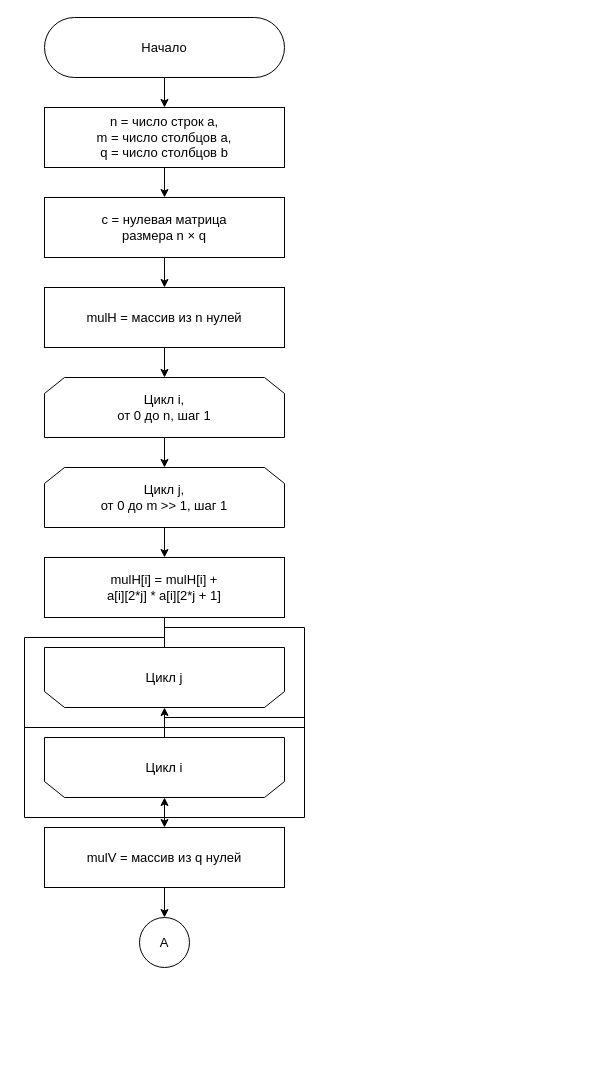
This is page "winograd-shift-1" (4 of 9) of lab-02/report/algo.drawio from swilldi/bmstu-sem5-algorithm-analysis, a draw.io file, before an edit. Source tidied: cells renumbered, new cells numbered last; positions are measured from the earlier drawing's top-left corner, leaving out a move shared by most shapes. Both pictures are drawn from the tidied source at 100%, with x=0, y=0 at pixel (44, 17).
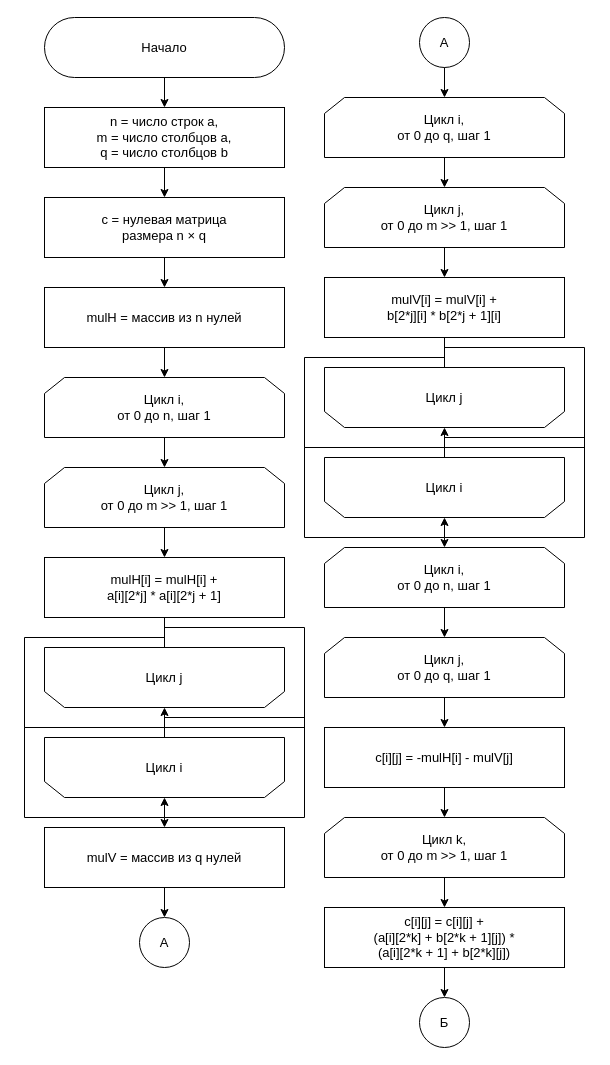
The same page after the edit.

The edit, as a diff of the source:
```diff
@@
+    <mxCell id="23" value="А" style="ellipse;whiteSpace=wrap;html=1;fontSize=13;" parent="1" vertex="1">
+      <mxGeometry x="375" width="50" height="50" as="geometry" />
+    </mxCell>
+    <mxCell id="24" value="&lt;div&gt;Цикл i,&lt;/div&gt;&lt;div&gt;от 0 до q, шаг 1&lt;/div&gt;" style="shape=loopLimit;whiteSpace=wrap;html=1;fontSize=13;" parent="1" vertex="1">
+      <mxGeometry x="280" y="80" width="240" height="60" as="geometry" />
+    </mxCell>
+    <mxCell id="25" style="edgeStyle=orthogonalEdgeStyle;rounded=0;jettySize=auto;html=1;fontSize=13;entryX=0.5;entryY=0;entryDx=0;entryDy=0;" parent="1" edge="1" source="23" target="24">
+      <mxGeometry relative="1" as="geometry" />
+    </mxCell>
+    <mxCell id="26" value="&lt;div&gt;Цикл j,&lt;/div&gt;&lt;div&gt;от 0 до m &gt;&gt; 1, шаг 1&lt;/div&gt;" style="shape=loopLimit;whiteSpace=wrap;html=1;fontSize=13;" parent="1" vertex="1">
+      <mxGeometry x="280" y="170" width="240" height="60" as="geometry" />
+    </mxCell>
+    <mxCell id="27" style="edgeStyle=orthogonalEdgeStyle;rounded=0;jettySize=auto;html=1;fontSize=13;entryX=0.5;entryY=0;entryDx=0;entryDy=0;" parent="1" edge="1" source="24" target="26">
+      <mxGeometry relative="1" as="geometry" />
+    </mxCell>
+    <mxCell id="28" value="mulV[i] = mulV[i] +&lt;br&gt;b[2*j][i] * b[2*j + 1][i]" style="whiteSpace=wrap;html=1;fontSize=13;" parent="1" vertex="1">
+      <mxGeometry x="280" y="260" width="240" height="60" as="geometry" />
+    </mxCell>
+    <mxCell id="29" style="edgeStyle=orthogonalEdgeStyle;rounded=0;jettySize=auto;html=1;fontSize=13;entryX=0.5;entryY=0;entryDx=0;entryDy=0;" parent="1" edge="1" source="26" target="28">
+      <mxGeometry relative="1" as="geometry" />
+    </mxCell>
+    <mxCell id="30" value="Цикл j" style="shape=loopLimit;whiteSpace=wrap;html=1;fontSize=13;flipV=1;legacyAnchorPoints=0;" parent="1" vertex="1">
+      <mxGeometry x="280" y="350" width="240" height="60" as="geometry" />
+    </mxCell>
+    <mxCell id="31" style="edgeStyle=orthogonalEdgeStyle;rounded=0;jettySize=auto;html=1;fontSize=13;entryX=0.5;entryY=1;entryDx=0;entryDy=0;" parent="1" edge="1" source="28" target="30">
+      <mxGeometry relative="1" as="geometry" />
+    </mxCell>
+    <mxCell id="32" value="Цикл i" style="shape=loopLimit;whiteSpace=wrap;html=1;fontSize=13;flipV=1;legacyAnchorPoints=0;" parent="1" vertex="1">
+      <mxGeometry x="280" y="440" width="240" height="60" as="geometry" />
+    </mxCell>
+    <mxCell id="33" style="edgeStyle=orthogonalEdgeStyle;rounded=0;jettySize=auto;html=1;fontSize=13;entryX=0.5;entryY=1;entryDx=0;entryDy=0;exitX=0.5;exitY=0;exitDx=0;exitDy=0;" parent="1" edge="1" source="30" target="32">
+      <mxGeometry relative="1" as="geometry" />
+    </mxCell>
+    <mxCell id="34" value="&lt;div&gt;Цикл i,&lt;/div&gt;&lt;div&gt;от 0 до n, шаг 1&lt;/div&gt;" style="shape=loopLimit;whiteSpace=wrap;html=1;fontSize=13;" parent="1" vertex="1">
+      <mxGeometry x="280" y="530" width="240" height="60" as="geometry" />
+    </mxCell>
+    <mxCell id="35" style="edgeStyle=orthogonalEdgeStyle;rounded=0;jettySize=auto;html=1;fontSize=13;entryX=0.5;entryY=0;entryDx=0;entryDy=0;exitX=0.5;exitY=0;exitDx=0;exitDy=0;" parent="1" edge="1" source="32" target="34">
+      <mxGeometry relative="1" as="geometry" />
+    </mxCell>
+    <mxCell id="36" value="&lt;div&gt;Цикл j,&lt;/div&gt;&lt;div&gt;от 0 до q, шаг 1&lt;/div&gt;" style="shape=loopLimit;whiteSpace=wrap;html=1;fontSize=13;" parent="1" vertex="1">
+      <mxGeometry x="280" y="620" width="240" height="60" as="geometry" />
+    </mxCell>
+    <mxCell id="37" style="edgeStyle=orthogonalEdgeStyle;rounded=0;jettySize=auto;html=1;fontSize=13;entryX=0.5;entryY=0;entryDx=0;entryDy=0;" parent="1" edge="1" source="34" target="36">
+      <mxGeometry relative="1" as="geometry" />
+    </mxCell>
+    <mxCell id="38" value="c[i][j] = -mulH[i] - mulV[j]" style="whiteSpace=wrap;html=1;fontSize=13;" parent="1" vertex="1">
+      <mxGeometry x="280" y="710" width="240" height="60" as="geometry" />
+    </mxCell>
+    <mxCell id="39" style="edgeStyle=orthogonalEdgeStyle;rounded=0;jettySize=auto;html=1;fontSize=13;entryX=0.5;entryY=0;entryDx=0;entryDy=0;" parent="1" edge="1" source="36" target="38">
+      <mxGeometry relative="1" as="geometry" />
+    </mxCell>
+    <mxCell id="40" value="&lt;div&gt;Цикл k,&lt;/div&gt;&lt;div&gt;от 0 до m &gt;&gt; 1, шаг 1&lt;/div&gt;" style="shape=loopLimit;whiteSpace=wrap;html=1;fontSize=13;" parent="1" vertex="1">
+      <mxGeometry x="280" y="800" width="240" height="60" as="geometry" />
+    </mxCell>
+    <mxCell id="41" style="edgeStyle=orthogonalEdgeStyle;rounded=0;jettySize=auto;html=1;fontSize=13;entryX=0.5;entryY=0;entryDx=0;entryDy=0;" parent="1" edge="1" source="38" target="40">
+      <mxGeometry relative="1" as="geometry" />
+    </mxCell>
+    <mxCell id="42" value="c[i][j] = c[i][j] +&lt;br&gt;(a[i][2*k] + b[2*k + 1][j]) *&lt;br&gt;(a[i][2*k + 1] + b[2*k][j])" style="whiteSpace=wrap;html=1;fontSize=13;" parent="1" vertex="1">
+      <mxGeometry x="280" y="890" width="240" height="60" as="geometry" />
+    </mxCell>
+    <mxCell id="43" style="edgeStyle=orthogonalEdgeStyle;rounded=0;jettySize=auto;html=1;fontSize=13;entryX=0.5;entryY=0;entryDx=0;entryDy=0;" parent="1" edge="1" source="40" target="42">
+      <mxGeometry relative="1" as="geometry" />
+    </mxCell>
+    <mxCell id="44" value="Б" style="ellipse;whiteSpace=wrap;html=1;fontSize=13;" parent="1" vertex="1">
+      <mxGeometry x="375" y="980" width="50" height="50" as="geometry" />
+    </mxCell>
+    <mxCell id="45" style="edgeStyle=orthogonalEdgeStyle;rounded=0;jettySize=auto;html=1;fontSize=13;entryX=0.5;entryY=0;entryDx=0;entryDy=0;" parent="1" edge="1" source="42" target="44">
+      <mxGeometry relative="1" as="geometry" />
+    </mxCell>
```
